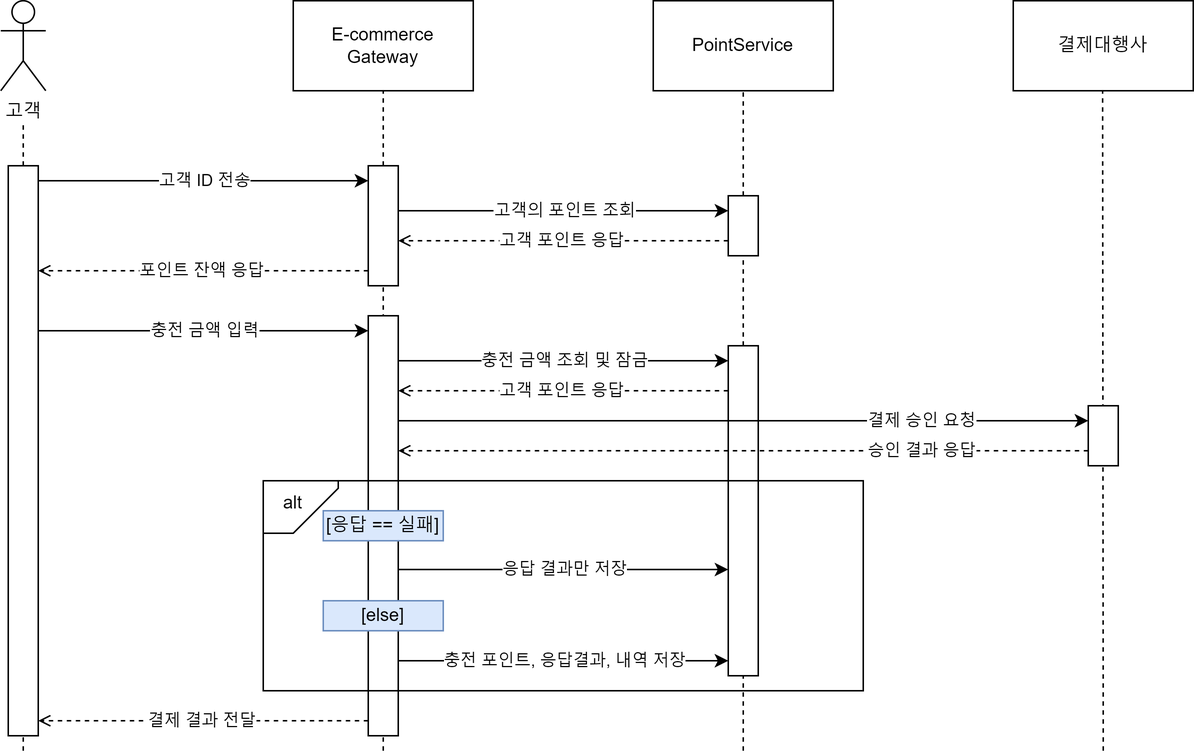
The draw.io diagram docs/sequence-diagram/1.point.png in psam1017/hhplus-ecommerce, before a commit. Source tidied: cells renumbered, new cells last; positions are measured from the earlier drawing's top-left corner, leaving out a move shared by most shapes.
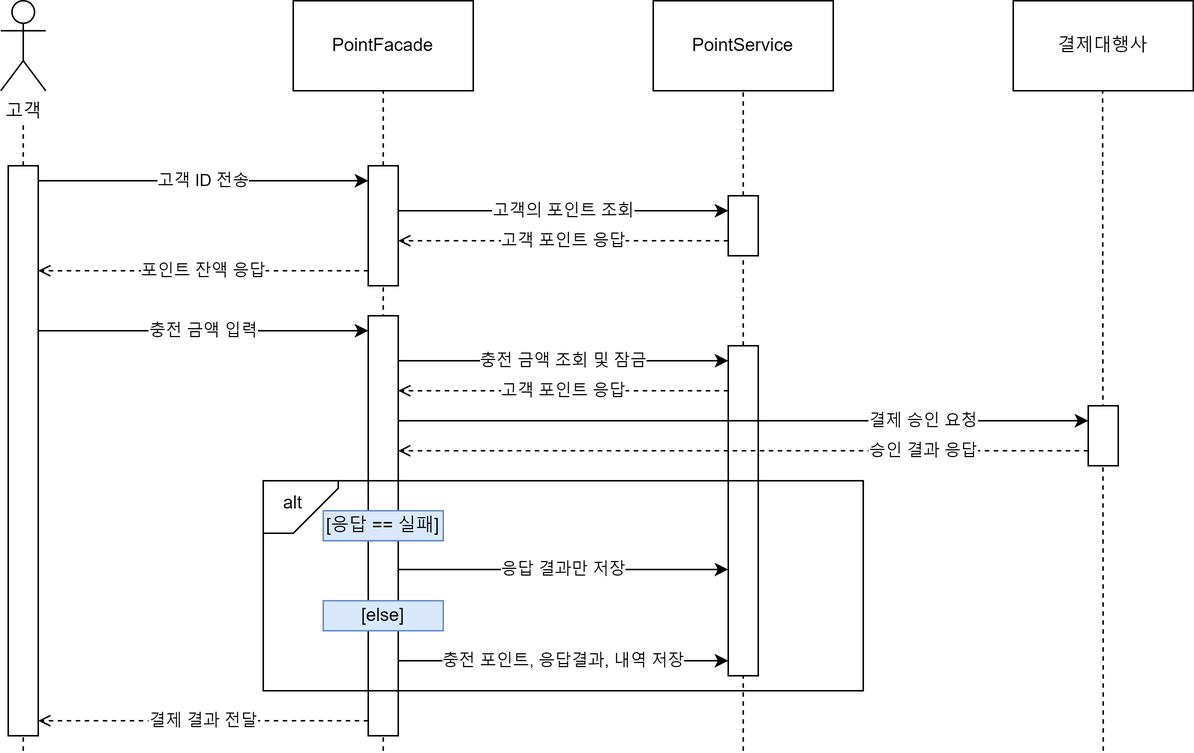
Above is the later version.

What changed in the source:
```diff
@@ -57,7 +57,7 @@
     <mxCell id="14" value="고객" style="shape=umlActor;verticalLabelPosition=bottom;verticalAlign=top;html=1;" parent="2" vertex="1">
       <mxGeometry width="30" height="60" as="geometry" />
     </mxCell>
-    <mxCell id="15" value="&lt;div&gt;E-commerce&lt;/div&gt;&lt;div&gt;Gateway&lt;/div&gt;" style="rounded=0;whiteSpace=wrap;html=1;" parent="2" vertex="1">
+    <mxCell id="15" value="&lt;div&gt;PointFacade&lt;/div&gt;" style="rounded=0;whiteSpace=wrap;html=1;" parent="2" vertex="1">
       <mxGeometry x="195" width="120" height="60" as="geometry" />
     </mxCell>
     <mxCell id="16" value="PointService" style="rounded=0;whiteSpace=wrap;html=1;" parent="2" vertex="1">
```
